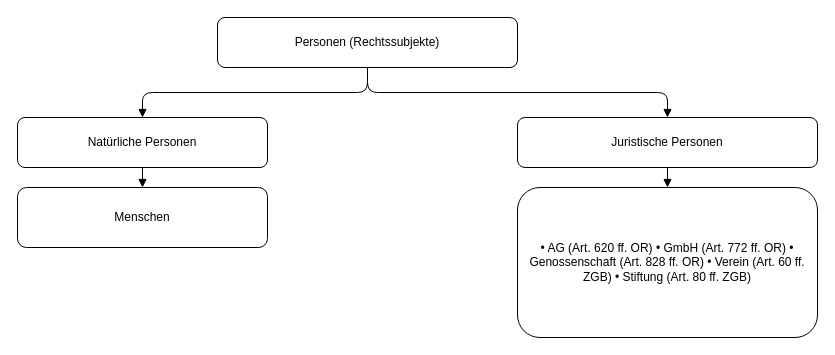
The draw.io diagram BuRe2/diagrams/rechtssubjekte.drawio in grnin/Zusammenfassungen, before the edit. Source tidied: cells renumbered, new cells numbered last; positions are measured from the earlier drawing's top-left corner, leaving out a move shared by most shapes. Both pictures are drawn from the tidied source at 100%, with x=0, y=0 at pixel (17, 17).
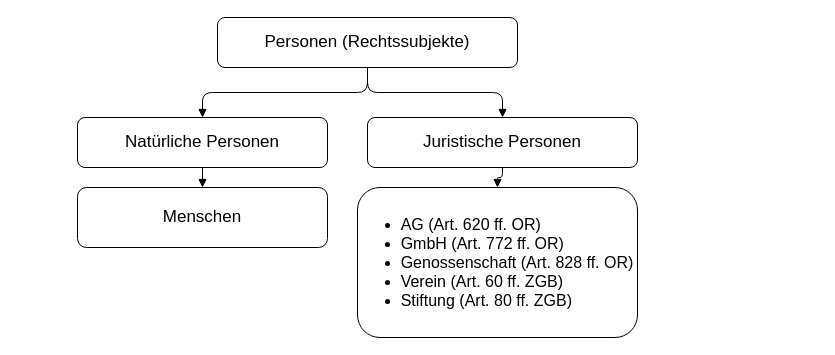
After the change.

Diff of the diagram source:
```diff
@@
 <mxGraphModel>
   <root>
     <mxCell id="0" />
     <mxCell id="1" parent="0" />
-    <mxCell id="2" value="Personen (Rechtssubjekte)" style="rounded=1;whiteSpace=wrap;html=1;align=center;" parent="1" vertex="1">
+    <mxCell id="2" value="Personen (Rechtssubjekte)" style="rounded=1;whiteSpace=wrap;html=1;align=center;fontSize=17;" parent="1" vertex="1">
       <mxGeometry x="200" width="300" height="50" as="geometry" />
     </mxCell>
-    <mxCell id="3" value="Natürliche Personen" style="rounded=1;whiteSpace=wrap;html=1;" parent="1" vertex="1">
-      <mxGeometry y="100" width="250" height="50" as="geometry" />
+    <mxCell id="3" value="Natürliche Personen" style="rounded=1;whiteSpace=wrap;html=1;fontSize=17;" parent="1" vertex="1">
+      <mxGeometry x="60" y="100" width="250" height="50" as="geometry" />
     </mxCell>
-    <mxCell id="4" value="Menschen" style="rounded=1;whiteSpace=wrap;html=1;" parent="1" vertex="1">
-      <mxGeometry y="170" width="250" height="60" as="geometry" />
+    <mxCell id="4" value="Menschen" style="rounded=1;whiteSpace=wrap;html=1;fontSize=17;" parent="1" vertex="1">
+      <mxGeometry x="60" y="170" width="250" height="60" as="geometry" />
     </mxCell>
-    <mxCell id="5" value="Juristische Personen" style="rounded=1;whiteSpace=wrap;html=1;" parent="1" vertex="1">
-      <mxGeometry x="500" y="100" width="300" height="50" as="geometry" />
+    <mxCell id="5" value="Juristische Personen" style="rounded=1;whiteSpace=wrap;html=1;fontSize=17;" parent="1" vertex="1">
+      <mxGeometry x="350" y="100" width="270" height="50" as="geometry" />
     </mxCell>
-    <mxCell id="6" value="• AG (Art. 620 ff. OR) • GmbH (Art. 772 ff. OR) • Genossenschaft (Art. 828 ff. OR) • Verein (Art. 60 ff. ZGB) • Stiftung (Art. 80 ff. ZGB)" style="rounded=1;whiteSpace=wrap;html=1;" parent="1" vertex="1">
-      <mxGeometry x="500" y="170" width="300" height="150" as="geometry" />
+    <mxCell id="6" value="&lt;ul&gt;&lt;li style=&quot;text-align: left;&quot;&gt;AG (Art. 620 ff. OR)&amp;nbsp;&lt;/li&gt;&lt;li style=&quot;text-align: left;&quot;&gt;GmbH (Art. 772 ff. OR)&lt;/li&gt;&lt;li style=&quot;text-align: left;&quot;&gt;Genossenschaft (Art. 828 ff. OR)&lt;/li&gt;&lt;li style=&quot;text-align: left;&quot;&gt;Verein (Art. 60 ff. ZGB)&amp;nbsp;&lt;/li&gt;&lt;li style=&quot;text-align: left;&quot;&gt;Stiftung (Art. 80 ff. ZGB)&lt;/li&gt;&lt;/ul&gt;" style="rounded=1;whiteSpace=wrap;html=1;fontSize=16;" parent="1" vertex="1">
+      <mxGeometry x="340" y="170" width="280" height="150" as="geometry" />
     </mxCell>
     <mxCell id="7" style="edgeStyle=orthogonalEdgeStyle;endArrow=block;" parent="1" edge="1" source="2" target="3">
       <mxGeometry relative="1" as="geometry" />
     </mxCell>
     <mxCell id="8" style="edgeStyle=orthogonalEdgeStyle;endArrow=block;" parent="1" edge="1" source="2" target="5">
       <mxGeometry relative="1" as="geometry" />
     </mxCell>
     <mxCell id="9" style="edgeStyle=orthogonalEdgeStyle;endArrow=block;" parent="1" edge="1" source="3" target="4">
       <mxGeometry relative="1" as="geometry" />
     </mxCell>
     <mxCell id="10" style="edgeStyle=orthogonalEdgeStyle;endArrow=block;" parent="1" edge="1" source="5" target="6">
       <mxGeometry relative="1" as="geometry" />
     </mxCell>
   </root>
 </mxGraphModel>
```
